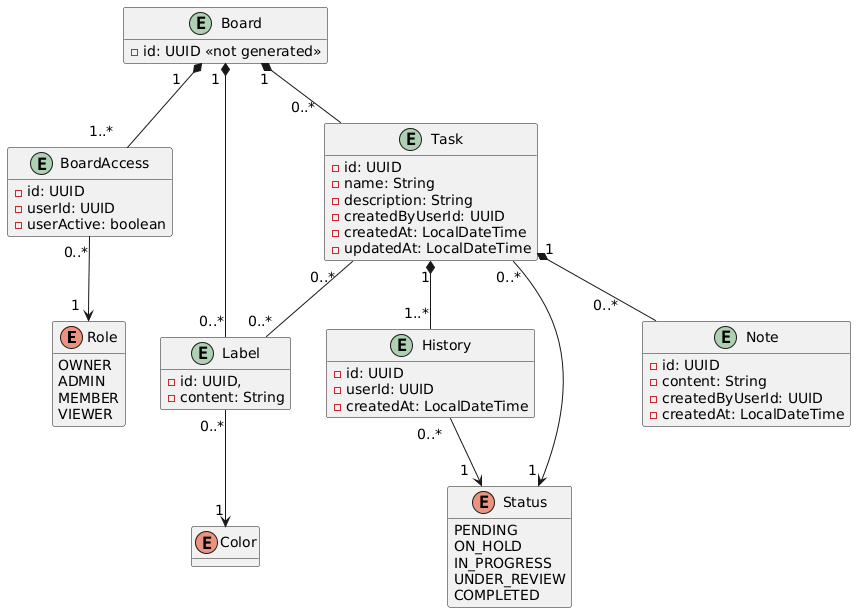
This is assets/diagrama_workflow_2.png from ArmandoEnrique1010K/TrelloMicroservices, a PlantUML export, as it was before one commit.
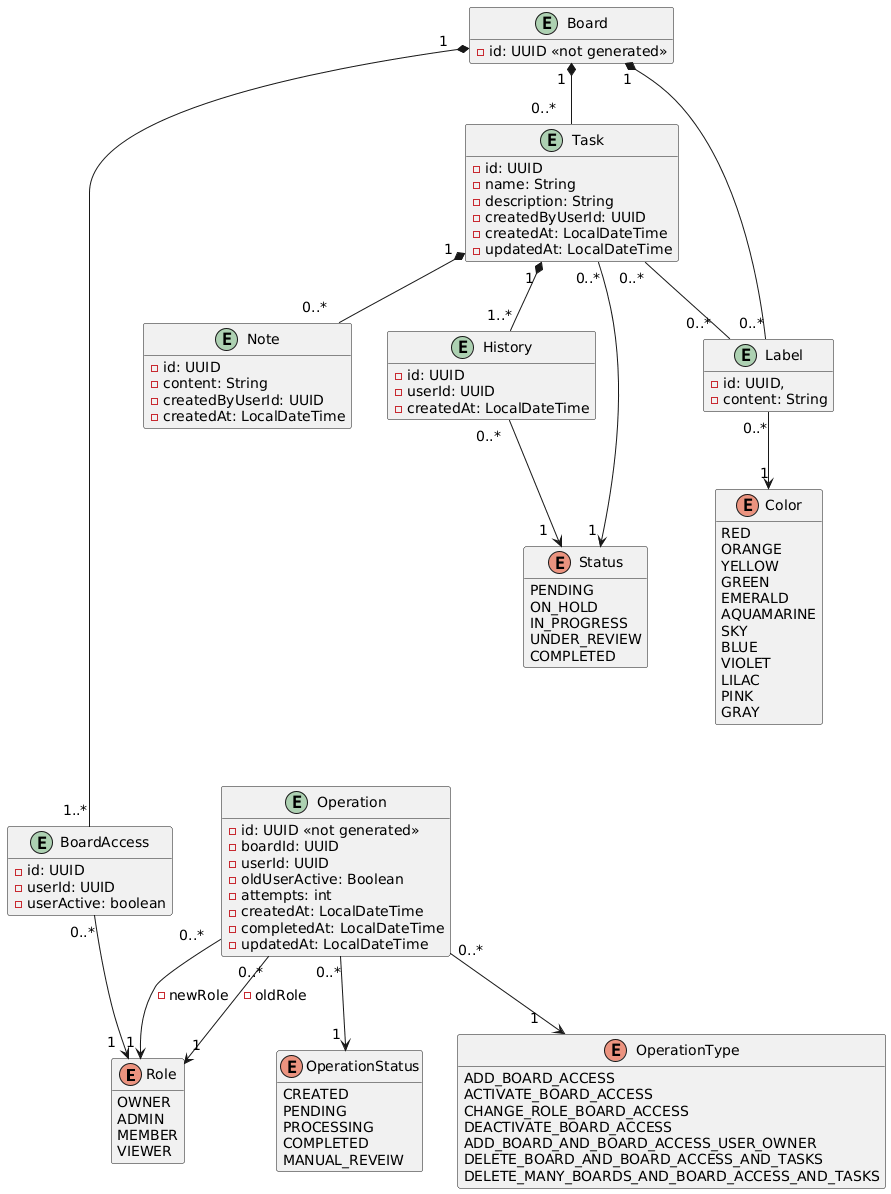
Above is the later version.

Commit message:
Actualizar los tipos de operaciones y los diagramas de dominio

The edit, as a diff of the source:
```diff
@@ -46,7 +46,36 @@
 }
 
 enum Color {
+  RED
+  ORANGE
+  YELLOW
+  GREEN
+  EMERALD
+  AQUAMARINE
+  SKY
+  BLUE
+  VIOLET
+  LILAC
+  PINK
+  GRAY
+}
 
+enum OperationStatus {
+  CREATED
+  PENDING
+  PROCESSING
+  COMPLETED
+  MANUAL_REVEIW
+}
+
+enum OperationType {
+  ADD_BOARD_ACCESS
+  ACTIVATE_BOARD_ACCESS
+  CHANGE_ROLE_BOARD_ACCESS
+  DEACTIVATE_BOARD_ACCESS
+  ADD_BOARD_AND_BOARD_ACCESS_USER_OWNER
+  DELETE_BOARD_AND_BOARD_ACCESS_AND_TASKS
+  DELETE_MANY_BOARDS_AND_BOARD_ACCESS_AND_TASKS
 }
 
 entity Note {
@@ -65,18 +94,35 @@
 }
 
 
-Task "0..*  " -- "0..*" Label
-Task "1" *-- "0..*     " Note
-Task " 1" *-- " 1..*" History
+entity Operation {
+  - id: UUID <<not generated>>
+  - boardId: UUID
+  - userId: UUID
+  - oldUserActive: Boolean
+  - attempts: int
+  - createdAt: LocalDateTime
+  - completedAt: LocalDateTime
+  - updatedAt: LocalDateTime
+}
 
-Task "0..*" ---> "1 " Status
+
+Task "0..*  " -- "0..*  " Label
+Task "1 " *-- "0..*     " Note
+Task "1 " *-- " 1..*" History
+
+Task "0..*" --> "1 " Status
 History " 0..*  " --> " 1  " Status
 
-Board "1   " *-- "1..*    " BoardAccess
-Board " 1" *-- "0..*   " Task
-BoardAccess "0..*" --> "1  " Role
+Board "1   "*-----" 1..*" BoardAccess
+Board "1 " *-- "0..*   " Task
+BoardAccess "0..*"-down-> "1  " Role
 
 Board " 1 " *-- "0..*" Label
 
 Label "0..*" --> " 1" Color
+
+Operation "0..*" --> "1   " OperationType
+Operation "0..*" --> "1 " OperationStatus
+Operation "0..*" --> "1 " Role: - oldRole
+Operation "0..*  " --> "1 " Role: - newRole
 @enduml
```
